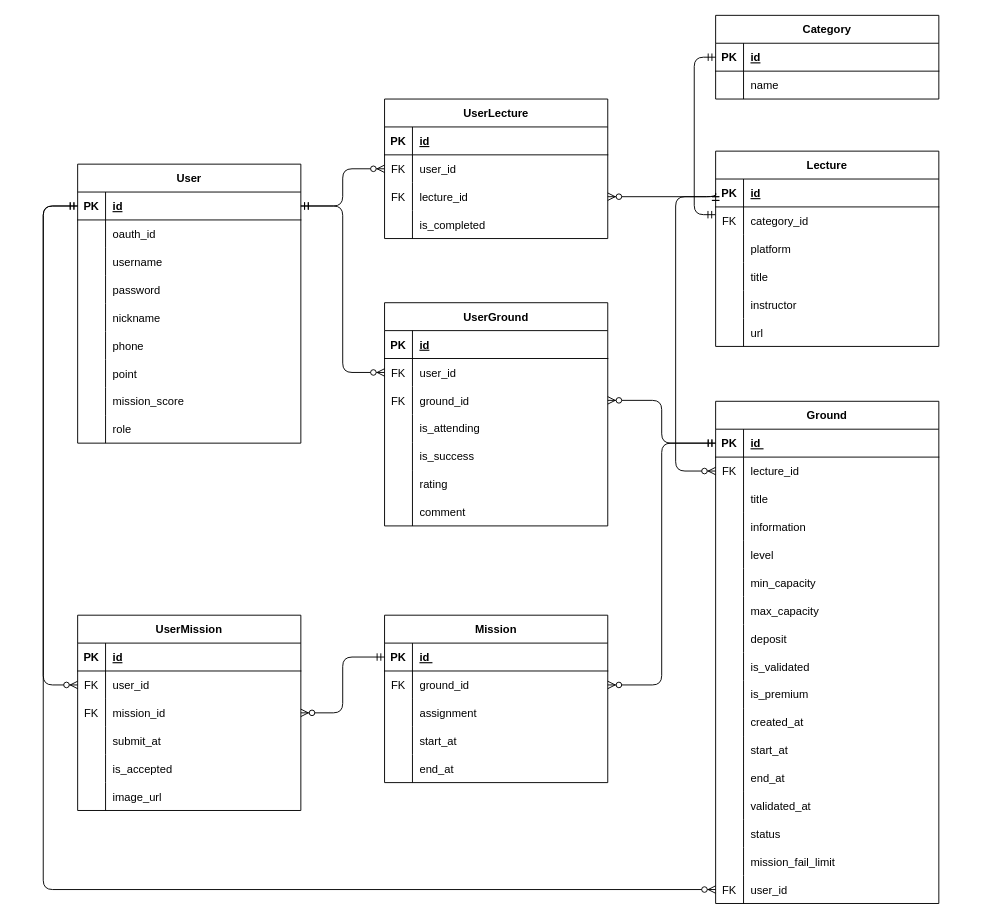
This is src/main/resources/sql/final-erdiagram.drawio from starters-final-challeculum/challeculum-backend, a draw.io file, before an edit. Source tidied: cells renumbered, new cells numbered last; positions are measured from the earlier drawing's top-left corner, leaving out a move shared by most shapes. Both pictures are drawn from the tidied source at 93%, with x=0, y=0 at pixel (43, 15).
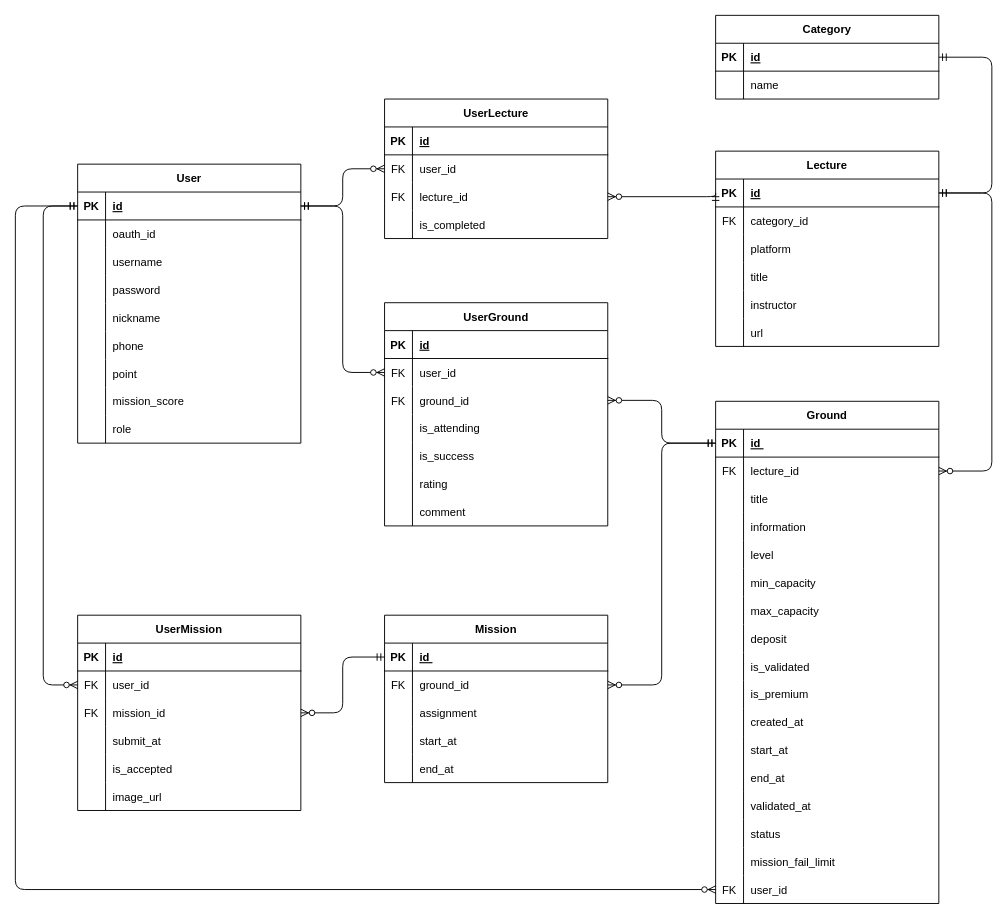
After the change.

The change refers to these unchanged cells:
```xml
<mxCell id="3" style="shape=tableRow;horizontal=0;startSize=0;swimlaneHead=0;swimlaneBody=0;fillColor=none;points=[[0,0.5],[1,0.5]];portConstraint=eastwest;top=0;left=0;right=0;bottom=1;" parent="2" vertex="1">
  <mxGeometry y="30" width="240" height="30" as="geometry" />
</mxCell>
<mxCell id="72" style="shape=tableRow;horizontal=0;startSize=0;swimlaneHead=0;swimlaneBody=0;fillColor=none;points=[[0,0.5],[1,0.5]];portConstraint=eastwest;top=0;left=0;right=0;bottom=0;" parent="68" vertex="1">
  <mxGeometry y="60" width="240" height="30" as="geometry" />
</mxCell>
<mxCell id="117" style="shape=tableRow;horizontal=0;startSize=0;swimlaneHead=0;swimlaneBody=0;fillColor=none;points=[[0,0.5],[1,0.5]];portConstraint=eastwest;top=0;left=0;right=0;bottom=0;" parent="68" vertex="1">
  <mxGeometry y="510" width="240" height="30" as="geometry" />
</mxCell>
<mxCell id="121" style="shape=tableRow;horizontal=0;startSize=0;swimlaneHead=0;swimlaneBody=0;fillColor=none;points=[[0,0.5],[1,0.5]];portConstraint=eastwest;top=0;left=0;right=0;bottom=1;" parent="120" vertex="1">
  <mxGeometry y="30" width="240" height="30" as="geometry" />
</mxCell>
<mxCell id="124" style="shape=tableRow;horizontal=0;startSize=0;swimlaneHead=0;swimlaneBody=0;fillColor=none;points=[[0,0.5],[1,0.5]];portConstraint=eastwest;top=0;left=0;right=0;bottom=0;" parent="120" vertex="1">
  <mxGeometry y="60" width="240" height="30" as="geometry" />
</mxCell>
<mxCell id="140" style="shape=tableRow;horizontal=0;startSize=0;swimlaneHead=0;swimlaneBody=0;fillColor=none;points=[[0,0.5],[1,0.5]];portConstraint=eastwest;top=0;left=0;right=0;bottom=1;" parent="139" vertex="1">
  <mxGeometry y="30" width="240" height="30" as="geometry" />
</mxCell>
```

What changed in the source:
```diff
@@
-    <mxCell id="184" style="fontSize=12;html=1;endArrow=ERmandOne;startArrow=ERmandOne;rounded=1;endFill=0;exitX=0;exitY=0.5;exitDx=0;exitDy=0;edgeStyle=orthogonalEdgeStyle;entryX=-0.001;entryY=0.278;entryDx=0;entryDy=0;entryPerimeter=0;" parent="1" edge="1" source="140" target="124">
-      <mxGeometry relative="1" as="geometry">
-        <Array as="points">
-          <mxPoint x="700" y="45" />
-          <mxPoint x="700" y="214" />
-        </Array>
-      </mxGeometry>
-    </mxCell>
@@
+    <mxCell id="188" style="fontSize=12;html=1;endArrow=ERzeroToMany;startArrow=ERmandOne;rounded=1;edgeStyle=orthogonalEdgeStyle;exitX=0;exitY=0.5;exitDx=0;exitDy=0;entryX=0;entryY=0.5;entryDx=0;entryDy=0;" parent="1" edge="1" source="3" target="117">
+      <mxGeometry relative="1" as="geometry">
+        <Array as="points">
+          <mxPoint x="-30" y="205" />
+          <mxPoint x="-30" y="940" />
+        </Array>
+      </mxGeometry>
+    </mxCell>
-    <mxCell id="187" style="fontSize=12;html=1;endArrow=ERzeroToMany;startArrow=ERmandOne;rounded=1;exitX=0;exitY=0.5;exitDx=0;exitDy=0;entryX=0;entryY=0.5;entryDx=0;entryDy=0;edgeStyle=orthogonalEdgeStyle;" parent="1" edge="1" source="121" target="72">
+    <mxCell id="187" style="fontSize=12;html=1;endArrow=ERzeroToMany;startArrow=ERmandOne;rounded=1;exitX=1;exitY=0.5;exitDx=0;exitDy=0;entryX=1;entryY=0.5;entryDx=0;entryDy=0;edgeStyle=orthogonalEdgeStyle;" parent="1" edge="1" source="121" target="72">
       <mxGeometry relative="1" as="geometry">
         <Array as="points">
-          <mxPoint x="723" y="195" />
-          <mxPoint x="680" y="195" />
-          <mxPoint x="680" y="490" />
+          <mxPoint x="1020" y="191" />
+          <mxPoint x="1020" y="490" />
         </Array>
       </mxGeometry>
     </mxCell>
-    <mxCell id="188" style="fontSize=12;html=1;endArrow=ERzeroToMany;startArrow=ERmandOne;rounded=1;edgeStyle=orthogonalEdgeStyle;exitX=0;exitY=0.5;exitDx=0;exitDy=0;entryX=0;entryY=0.5;entryDx=0;entryDy=0;" parent="1" edge="1" source="3" target="117">
-      <mxGeometry relative="1" as="geometry">
-        <Array as="points">
-          <mxPoint y="205" />
-          <mxPoint y="940" />
-        </Array>
-      </mxGeometry>
-    </mxCell>
+    <mxCell id="189" style="fontSize=12;html=1;endArrow=ERmandOne;startArrow=ERmandOne;rounded=1;endFill=0;exitX=1;exitY=0.5;exitDx=0;exitDy=0;edgeStyle=orthogonalEdgeStyle;entryX=1;entryY=0.5;entryDx=0;entryDy=0;" parent="1" edge="1" source="140" target="121">
+      <mxGeometry relative="1" as="geometry">
+        <Array as="points">
+          <mxPoint x="1020" y="45" />
+          <mxPoint x="1020" y="191" />
+        </Array>
+      </mxGeometry>
+    </mxCell>
```
